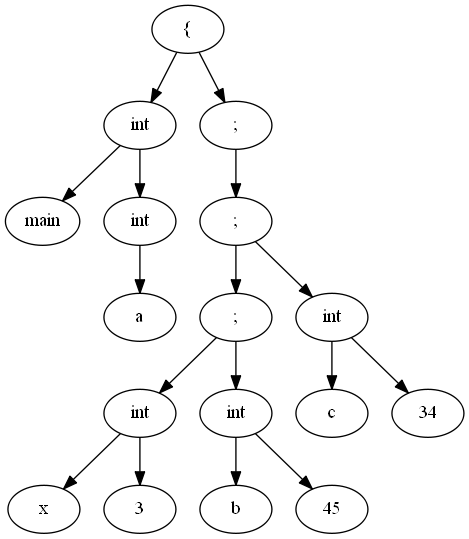
This is tree.png from exucutional/proglang, a Graphviz export, as it was before one commit. Its source is kept beside it as tree.dot.
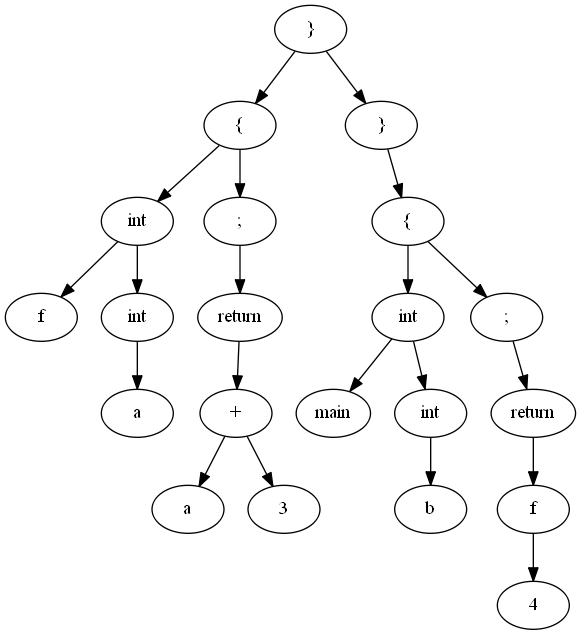
The same diagram one commit later.

What changed in the source:
```diff
@@ -1,43 +1,51 @@
 digraph tree {
-0 [label="{"];
-1 [label="int"];
+0 [label="}"];
+1 [label="{"];
 0 -> 1;
-2 [label=";"];
+2 [label="}"];
 0 -> 2;
-1 [label="int"];
-4 [label="main"];
+1 [label="{"];
+4 [label="int"];
 1 -> 4;
-5 [label="int"];
+5 [label=";"];
 1 -> 5;
-5 [label="int"];
-7 [label="a"];
-5 -> 7;
-2 [label=";"];
-10 [label=";"];
-2 -> 10;
-10 [label=";"];
-13 [label=";"];
-10 -> 13;
-14 [label="int"];
-10 -> 14;
-13 [label=";"];
-16 [label="int"];
+4 [label="int"];
+7 [label="f"];
+4 -> 7;
+8 [label="int"];
+4 -> 8;
+8 [label="int"];
+10 [label="a"];
+8 -> 10;
+5 [label=";"];
+13 [label="return"];
+5 -> 13;
+13 [label="return"];
+16 [label="+"];
 13 -> 16;
-17 [label="int"];
-13 -> 17;
-16 [label="int"];
-19 [label="x"];
+16 [label="+"];
+19 [label="a"];
 16 -> 19;
 20 [label=3];
 16 -> 20;
-17 [label="int"];
-22 [label="b"];
-17 -> 22;
-23 [label=45];
-17 -> 23;
-14 [label="int"];
-25 [label="c"];
-14 -> 25;
-26 [label=34];
-14 -> 26;
+2 [label="}"];
+22 [label="{"];
+2 -> 22;
+22 [label="{"];
+25 [label="int"];
+22 -> 25;
+26 [label=";"];
+22 -> 26;
+25 [label="int"];
+28 [label="main"];
+25 -> 28;
+26 [label=";"];
+31 [label="return"];
+26 -> 31;
+31 [label="return"];
+34 [label="f"];
+31 -> 34;
+34 [label="f"];
+37 [label=4];
+34 -> 37;
 }
```
